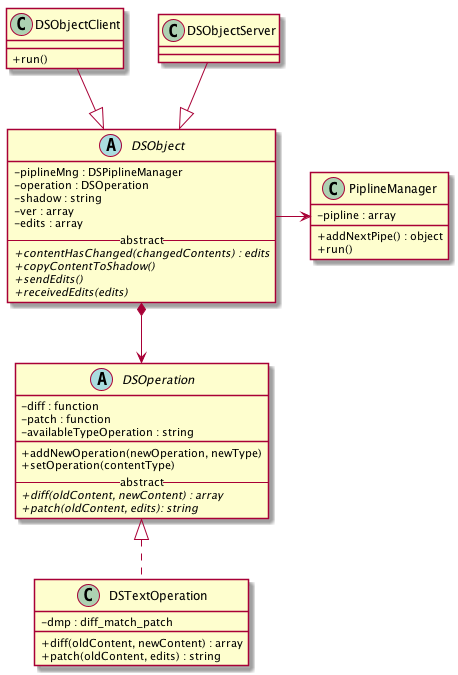
This is doc/DSObject-classes.png from Yeonjj/Diff-Sync, a PlantUML export, as it was before one commit.
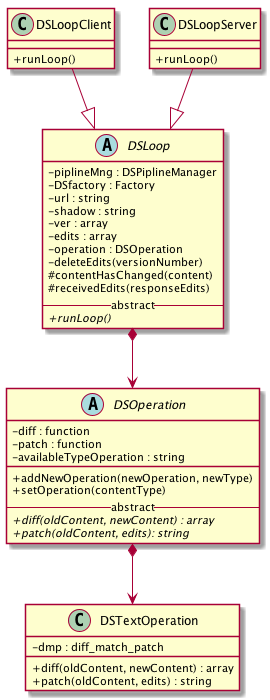
Later version of the same file.

Commit message:
EDIT : DS Classes are modified

What changed in the source:
```diff
@@ -1,5 +1,6 @@
 @startuml
 skinparam classAttributeIconSize 0
+
 
 abstract class DSOperation {
 -diff : function
@@ -19,37 +20,33 @@
 +patch(oldContent, edits) : string
 }
 
-
-class PiplineManager {
--pipline : array
-+addNextPipe() : object
-+run()
-}
-
-abstract class DSObject {
+abstract class DSLoop{
 -piplineMng : DSPiplineManager
--operation : DSOperation
+-DSfactory : Factory
+-url : string
 -shadow : string
 -ver : array
 -edits : array
+-operation : DSOperation
+-deleteEdits(versionNumber)
+#contentHasChanged(content)
+#receivedEdits(responseEdits)
 --abstract--
-{abstract}+contentHasChanged(changedContents) : edits
-{abstract}+copyContentToShadow()
-{abstract}+sendEdits()
-{abstract}+receivedEdits(edits)
-}
-class DSObjectClient {
-+run()
+{abstract}+runLoop()
 }
 
-class DSObjectServer {
-
+class DSLoopClient {
++runLoop()
 }
 
-DSObject -> PiplineManager
-DSObject *--> DSOperation
-DSObjectClient --|> DSObject
-DSObjectServer --|> DSObject
-DSOperation <|..  DSTextOperation
+class DSLoopServer {
++runLoop()
+}
+
+DSLoop *--> DSOperation
+DSLoopClient --|> DSLoop
+DSLoopServer --|> DSLoop
+
+DSOperation *-->  DSTextOperation
 
 @enduml
```
